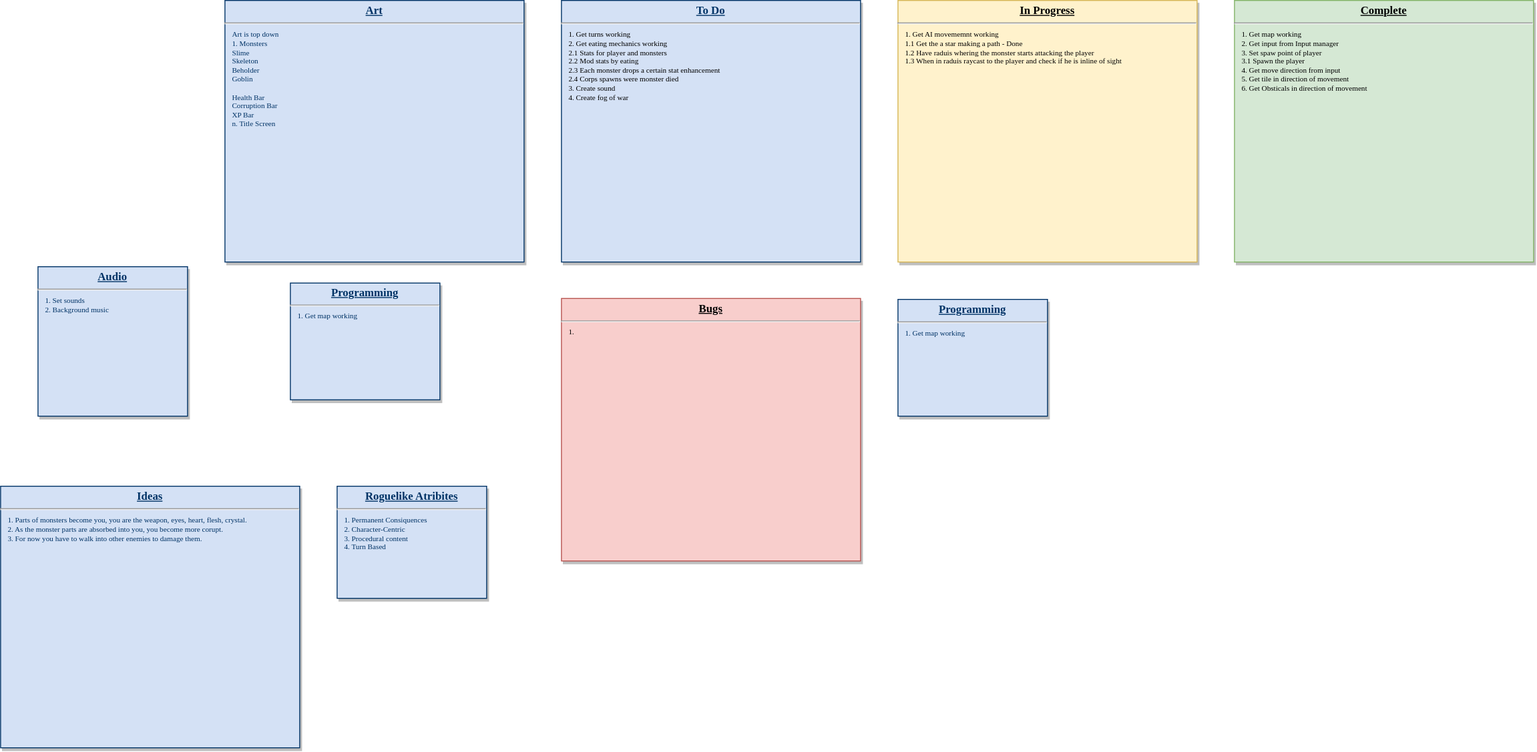
This is Planning1.svg from bitbear101/Insatiable, a draw.io export, as it was before one commit. Source tidied: cells renumbered, new cells last; positions are measured from the earlier drawing's top-left corner, leaving out a move shared by most shapes.
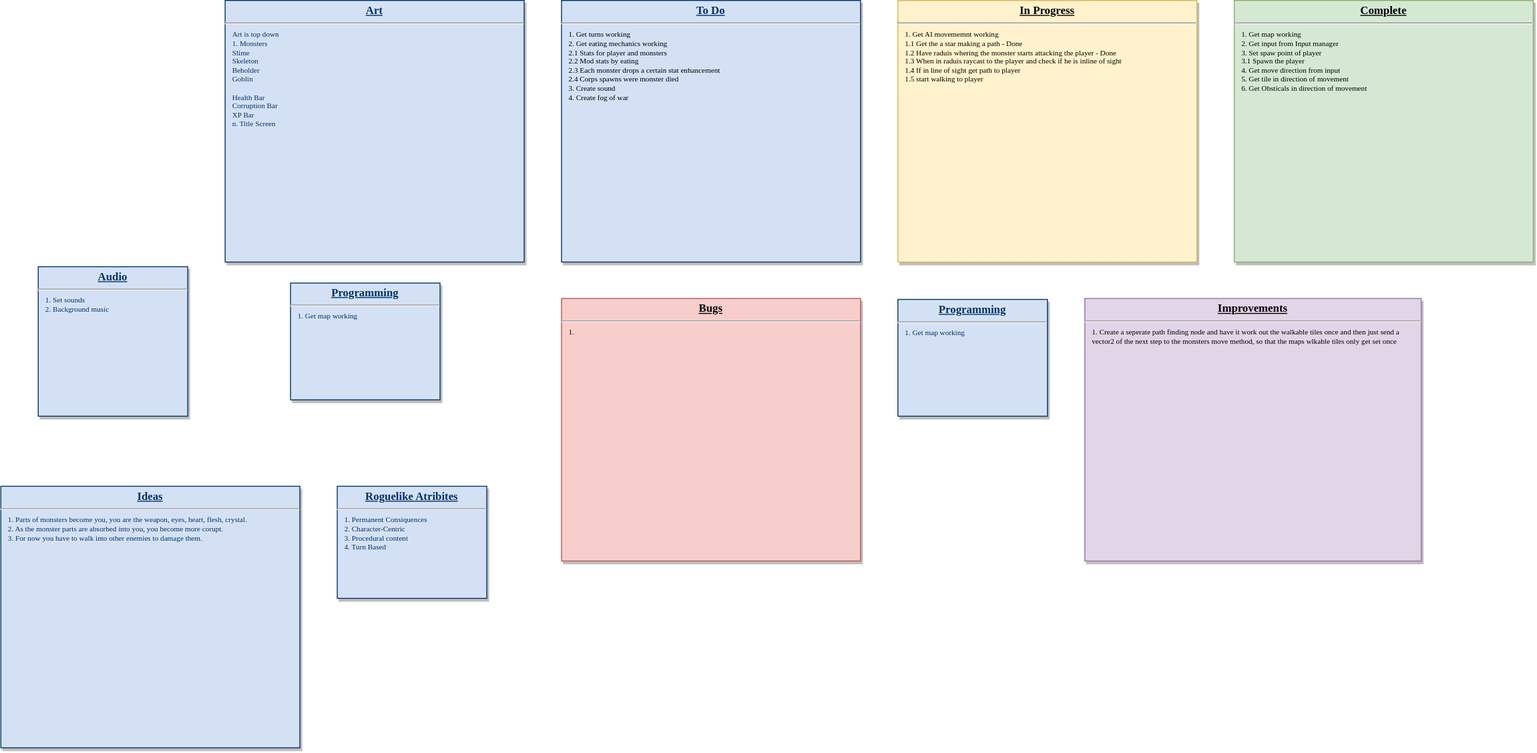
The same diagram one commit later.

Change to the diagram source:
```diff
@@ -11,7 +11,7 @@
     <mxCell id="4" value="&lt;p style=&quot;margin: 0px ; margin-top: 4px ; text-align: center ; text-decoration: underline&quot;&gt;&lt;b&gt;Audio&lt;/b&gt;&lt;/p&gt;&lt;hr&gt;&lt;p style=&quot;margin: 0px 0px 0px 8px ; font-size: 8px&quot;&gt;1. Set sounds&lt;/p&gt;&lt;p style=&quot;margin: 0px 0px 0px 8px ; font-size: 8px&quot;&gt;2. B&lt;span&gt;ackground music&lt;/span&gt;&lt;/p&gt;" style="verticalAlign=top;align=left;overflow=fill;fontSize=12;fontFamily=JetBrains Mono;html=1;strokeColor=#003366;shadow=1;fillColor=#D4E1F5;fontColor=#003366;fontSource=https%3A%2F%2Ffonts.googleapis.com%2Fcss%3Ffamily%3DJetBrains%2BMono;whiteSpace=wrap;" parent="1" vertex="1">
       <mxGeometry x="40" y="285" width="160" height="160" as="geometry" />
     </mxCell>
-    <mxCell id="5" value="&lt;p style=&quot;margin: 0px ; margin-top: 4px ; text-align: center ; text-decoration: underline&quot;&gt;&lt;b&gt;In Progress&lt;/b&gt;&lt;/p&gt;&lt;hr&gt;&lt;p style=&quot;margin: 0px 0px 0px 8px ; font-size: 8px&quot;&gt;&lt;span&gt;1. Get AI movememnt working&lt;/span&gt;&lt;/p&gt;&lt;p style=&quot;margin: 0px 0px 0px 8px ; font-size: 8px&quot;&gt;&lt;span&gt;1.1 Get the a star making a path - Done&lt;/span&gt;&lt;/p&gt;&lt;p style=&quot;margin: 0px 0px 0px 8px ; font-size: 8px&quot;&gt;&lt;span&gt;1.2 Have raduis whering the monster starts attacking the player&lt;/span&gt;&lt;/p&gt;&lt;p style=&quot;margin: 0px 0px 0px 8px ; font-size: 8px&quot;&gt;&lt;span&gt;1.3 When in raduis raycast to the player and check if he is inline of sight&lt;/span&gt;&lt;/p&gt;&lt;p style=&quot;margin: 0px 0px 0px 8px ; font-size: 8px&quot;&gt;&lt;br&gt;&lt;/p&gt;" style="verticalAlign=top;align=left;overflow=fill;fontSize=12;fontFamily=JetBrains Mono;html=1;strokeColor=#d6b656;shadow=1;fillColor=#fff2cc;fontSource=https%3A%2F%2Ffonts.googleapis.com%2Fcss%3Ffamily%3DJetBrains%2BMono;whiteSpace=wrap;" parent="1" vertex="1">
+    <mxCell id="5" value="&lt;p style=&quot;margin: 0px ; margin-top: 4px ; text-align: center ; text-decoration: underline&quot;&gt;&lt;b&gt;In Progress&lt;/b&gt;&lt;/p&gt;&lt;hr&gt;&lt;p style=&quot;margin: 0px 0px 0px 8px ; font-size: 8px&quot;&gt;&lt;span&gt;1. Get AI movememnt working&lt;/span&gt;&lt;/p&gt;&lt;p style=&quot;margin: 0px 0px 0px 8px ; font-size: 8px&quot;&gt;&lt;span&gt;1.1 Get the a star making a path - Done&lt;/span&gt;&lt;/p&gt;&lt;p style=&quot;margin: 0px 0px 0px 8px ; font-size: 8px&quot;&gt;&lt;span&gt;1.2 Have raduis whering the monster starts attacking the player - Done&lt;/span&gt;&lt;/p&gt;&lt;p style=&quot;margin: 0px 0px 0px 8px ; font-size: 8px&quot;&gt;&lt;span&gt;1.3 When in raduis raycast to the player and check if he is inline of sight&amp;nbsp;&lt;/span&gt;&lt;/p&gt;&lt;p style=&quot;margin: 0px 0px 0px 8px ; font-size: 8px&quot;&gt;&lt;span&gt;1.4 If in line of sight get path to player&lt;/span&gt;&lt;/p&gt;&lt;p style=&quot;margin: 0px 0px 0px 8px ; font-size: 8px&quot;&gt;&lt;span&gt;1.5 start walking to player&lt;/span&gt;&lt;/p&gt;&lt;p style=&quot;margin: 0px 0px 0px 8px ; font-size: 8px&quot;&gt;&lt;br&gt;&lt;/p&gt;" style="verticalAlign=top;align=left;overflow=fill;fontSize=12;fontFamily=JetBrains Mono;html=1;strokeColor=#d6b656;shadow=1;fillColor=#fff2cc;fontSource=https%3A%2F%2Ffonts.googleapis.com%2Fcss%3Ffamily%3DJetBrains%2BMono;whiteSpace=wrap;" parent="1" vertex="1">
       <mxGeometry x="960" width="320" height="280" as="geometry" />
     </mxCell>
     <mxCell id="6" value="&lt;p style=&quot;margin: 0px ; margin-top: 4px ; text-align: center ; text-decoration: underline&quot;&gt;&lt;b&gt;To Do&lt;/b&gt;&lt;/p&gt;&lt;hr&gt;&lt;p style=&quot;color: rgb(0 , 0 , 0) ; margin: 0px 0px 0px 8px ; font-size: 8px&quot;&gt;1. Get turns working&lt;/p&gt;&lt;p style=&quot;color: rgb(0 , 0 , 0) ; margin: 0px 0px 0px 8px ; font-size: 8px&quot;&gt;2. Get eating mechanics working&lt;/p&gt;&lt;p style=&quot;color: rgb(0 , 0 , 0) ; margin: 0px 0px 0px 8px ; font-size: 8px&quot;&gt;2.1 Stats for player and monsters&lt;/p&gt;&lt;p style=&quot;color: rgb(0 , 0 , 0) ; margin: 0px 0px 0px 8px ; font-size: 8px&quot;&gt;2.2 Mod stats by eating&lt;/p&gt;&lt;p style=&quot;color: rgb(0 , 0 , 0) ; margin: 0px 0px 0px 8px ; font-size: 8px&quot;&gt;2.3 Each monster drops a certain stat enhancement&lt;/p&gt;&lt;p style=&quot;color: rgb(0 , 0 , 0) ; margin: 0px 0px 0px 8px ; font-size: 8px&quot;&gt;2.4 Corps spawns were monster died&lt;/p&gt;&lt;p style=&quot;color: rgb(0 , 0 , 0) ; margin: 0px 0px 0px 8px ; font-size: 8px&quot;&gt;3. Create sound&lt;/p&gt;&lt;p style=&quot;color: rgb(0 , 0 , 0) ; margin: 0px 0px 0px 8px ; font-size: 8px&quot;&gt;4. Create fog of war&lt;/p&gt;" style="verticalAlign=top;align=left;overflow=fill;fontSize=12;fontFamily=JetBrains Mono;html=1;strokeColor=#003366;shadow=1;fillColor=#D4E1F5;fontColor=#003366;fontSource=https%3A%2F%2Ffonts.googleapis.com%2Fcss%3Ffamily%3DJetBrains%2BMono;whiteSpace=wrap;" parent="1" vertex="1">
@@ -32,5 +32,8 @@
     <mxCell id="11" value="&lt;p style=&quot;margin: 4px 0px 0px ; text-align: center&quot;&gt;&lt;b&gt;&lt;u&gt;Programming&lt;/u&gt;&lt;/b&gt;&lt;br&gt;&lt;/p&gt;&lt;hr&gt;&lt;p style=&quot;margin: 0px 0px 0px 8px ; font-size: 8px&quot;&gt;1. Get map working&lt;/p&gt;" style="verticalAlign=top;align=left;overflow=fill;fontSize=12;fontFamily=JetBrains Mono;html=1;strokeColor=#003366;shadow=1;fillColor=#D4E1F5;fontColor=#003366;fontSource=https%3A%2F%2Ffonts.googleapis.com%2Fcss%3Ffamily%3DJetBrains%2BMono;whiteSpace=wrap;" parent="1" vertex="1">
       <mxGeometry x="960" y="320" width="160" height="125" as="geometry" />
     </mxCell>
+    <mxCell id="12" value="&lt;p style=&quot;margin: 4px 0px 0px ; text-align: center&quot;&gt;&lt;b&gt;&lt;u&gt;Improvements&lt;/u&gt;&lt;/b&gt;&lt;/p&gt;&lt;hr&gt;&lt;p style=&quot;margin: 0px 0px 0px 8px ; font-size: 8px&quot;&gt;1. Create a seperate path finding node and have it work out the walkable tiles once and then just send a vector2 of the next step to the monsters move method, so that the maps wlkable tiles only get set once&lt;/p&gt;" style="verticalAlign=top;align=left;overflow=fill;fontSize=12;fontFamily=JetBrains Mono;html=1;strokeColor=#9673a6;shadow=1;fillColor=#e1d5e7;fontSource=https%3A%2F%2Ffonts.googleapis.com%2Fcss%3Ffamily%3DJetBrains%2BMono;whiteSpace=wrap;" parent="1" vertex="1">
+      <mxGeometry x="1160" y="319" width="360" height="281" as="geometry" />
+    </mxCell>
   </root>
 </mxGraphModel>
```
